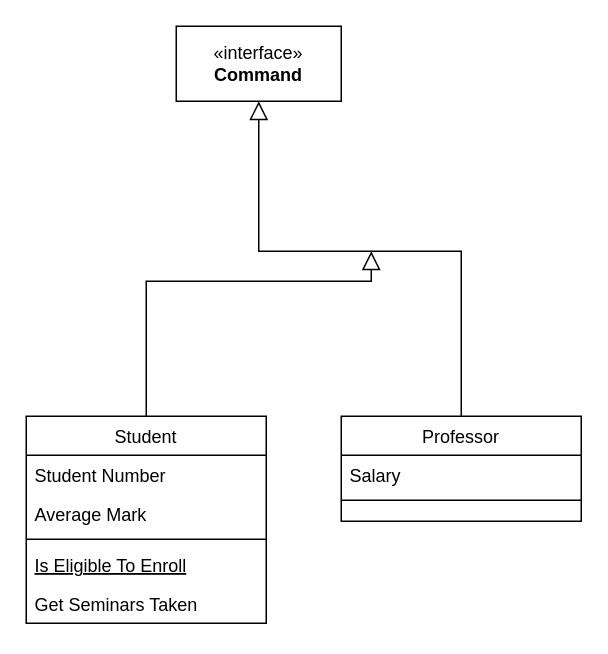
The draw.io diagram CommandsAndStatuses.drawio in Vengardd/todo-list-api, before the edit. Source tidied: cells renumbered, new cells numbered last; positions are measured from the earlier drawing's top-left corner, leaving out a move shared by most shapes. Both pictures are drawn from the tidied source at 150%, with x=0, y=0 at pixel (26, 26).
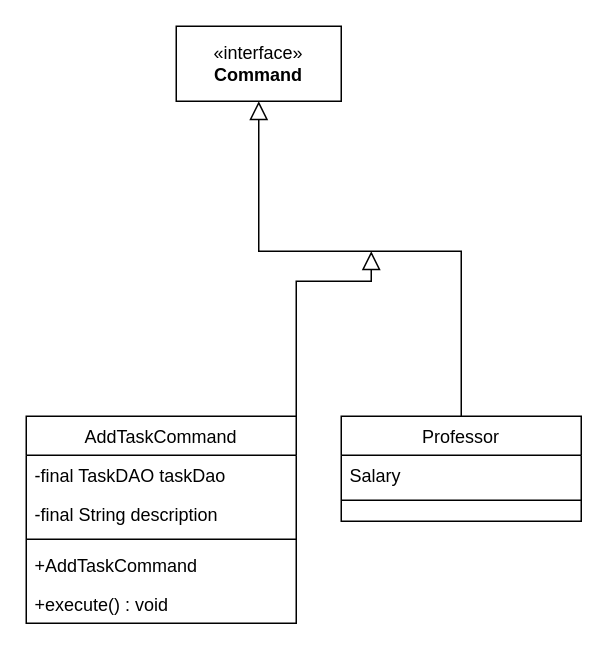
The same page after the edit.

Diff of the diagram source:
```diff
@@
 <mxGraphModel>
   <root>
     <mxCell id="0" />
     <mxCell id="1" parent="0" />
-    <mxCell id="2" value="Student" style="swimlane;fontStyle=0;align=center;verticalAlign=top;horizontal=1;startSize=26;rounded=0;shadow=0;strokeWidth=1;" parent="1" vertex="1">
-      <mxGeometry y="260" width="160" height="138" as="geometry" />
+    <mxCell id="2" value="AddTaskCommand" style="swimlane;fontStyle=0;align=center;verticalAlign=top;horizontal=1;startSize=26;rounded=0;shadow=0;strokeWidth=1;" parent="1" vertex="1">
+      <mxGeometry y="260" width="180" height="138" as="geometry" />
     </mxCell>
-    <mxCell id="3" value="Student Number" style="text;align=left;verticalAlign=top;spacingLeft=4;spacingRight=4;overflow=hidden;" parent="2" vertex="1">
-      <mxGeometry y="26" width="160" height="26" as="geometry" />
+    <mxCell id="3" value="-final TaskDAO taskDao" style="text;align=left;verticalAlign=top;spacingLeft=4;spacingRight=4;overflow=hidden;" parent="2" vertex="1">
+      <mxGeometry y="26" width="180" height="26" as="geometry" />
     </mxCell>
-    <mxCell id="4" value="Average Mark" style="text;align=left;verticalAlign=top;spacingLeft=4;spacingRight=4;overflow=hidden;rounded=0;shadow=0;html=0;" parent="2" vertex="1">
-      <mxGeometry y="52" width="160" height="26" as="geometry" />
+    <mxCell id="4" value="-final String description" style="text;align=left;verticalAlign=top;spacingLeft=4;spacingRight=4;overflow=hidden;rounded=0;shadow=0;html=0;" parent="2" vertex="1">
+      <mxGeometry y="52" width="180" height="26" as="geometry" />
     </mxCell>
     <mxCell id="5" style="line;html=1;strokeWidth=1;align=left;verticalAlign=middle;spacingTop=-1;spacingLeft=3;spacingRight=3;labelPosition=right;" parent="2" vertex="1">
-      <mxGeometry y="78" width="160" height="8" as="geometry" />
+      <mxGeometry y="78" width="180" height="8" as="geometry" />
     </mxCell>
-    <mxCell id="6" value="Is Eligible To Enroll" style="text;align=left;verticalAlign=top;spacingLeft=4;spacingRight=4;overflow=hidden;fontStyle=4;" parent="2" vertex="1">
-      <mxGeometry y="86" width="160" height="26" as="geometry" />
-    </mxCell>
-    <mxCell id="7" value="Get Seminars Taken" style="text;align=left;verticalAlign=top;spacingLeft=4;spacingRight=4;overflow=hidden;" parent="2" vertex="1">
-      <mxGeometry y="112" width="160" height="26" as="geometry" />
+    <mxCell id="7" value="+AddTaskCommand" style="text;align=left;verticalAlign=top;spacingLeft=4;spacingRight=4;overflow=hidden;" parent="2" vertex="1">
+      <mxGeometry y="86" width="180" height="26" as="geometry" />
     </mxCell>
+    <mxCell id="14" value="+execute() : void" style="text;align=left;verticalAlign=top;spacingLeft=4;spacingRight=4;overflow=hidden;" parent="2" vertex="1">
+      <mxGeometry y="112" width="180" height="26" as="geometry" />
+    </mxCell>
     <mxCell id="8" style="endArrow=block;endSize=10;endFill=0;shadow=0;strokeWidth=1;rounded=0;curved=0;edgeStyle=elbowEdgeStyle;elbow=vertical;" parent="1" edge="1" source="2">
       <mxGeometry relative="1" as="geometry">
         <mxPoint x="230" y="150" as="targetPoint" />
         <Array as="points">
           <mxPoint x="180" y="170" />
         </Array>
       </mxGeometry>
     </mxCell>
     <mxCell id="9" value="Professor" style="swimlane;fontStyle=0;align=center;verticalAlign=top;horizontal=1;startSize=26;rounded=0;shadow=0;strokeWidth=1;" parent="1" vertex="1">
       <mxGeometry x="210" y="260" width="160" height="70" as="geometry" />
     </mxCell>
     <mxCell id="10" value="Salary" style="text;align=left;verticalAlign=top;spacingLeft=4;spacingRight=4;overflow=hidden;" parent="9" vertex="1">
       <mxGeometry y="26" width="160" height="26" as="geometry" />
     </mxCell>
     <mxCell id="11" style="line;html=1;strokeWidth=1;align=left;verticalAlign=middle;spacingTop=-1;spacingLeft=3;spacingRight=3;labelPosition=right;" parent="9" vertex="1">
       <mxGeometry y="52" width="160" height="8" as="geometry" />
     </mxCell>
     <mxCell id="12" style="endArrow=block;endSize=10;endFill=0;shadow=0;strokeWidth=1;rounded=0;curved=0;edgeStyle=elbowEdgeStyle;elbow=vertical;entryX=0.5;entryY=1;entryDx=0;entryDy=0;" parent="1" edge="1" source="9" target="13">
       <mxGeometry relative="1" as="geometry">
         <Array as="points">
           <mxPoint x="155" y="150" />
         </Array>
       </mxGeometry>
     </mxCell>
     <mxCell id="13" value="«interface»&lt;br&gt;&lt;b&gt;Command&lt;/b&gt;" style="html=1;whiteSpace=wrap;" parent="1" vertex="1">
       <mxGeometry x="100" width="110" height="50" as="geometry" />
     </mxCell>
   </root>
 </mxGraphModel>
```
